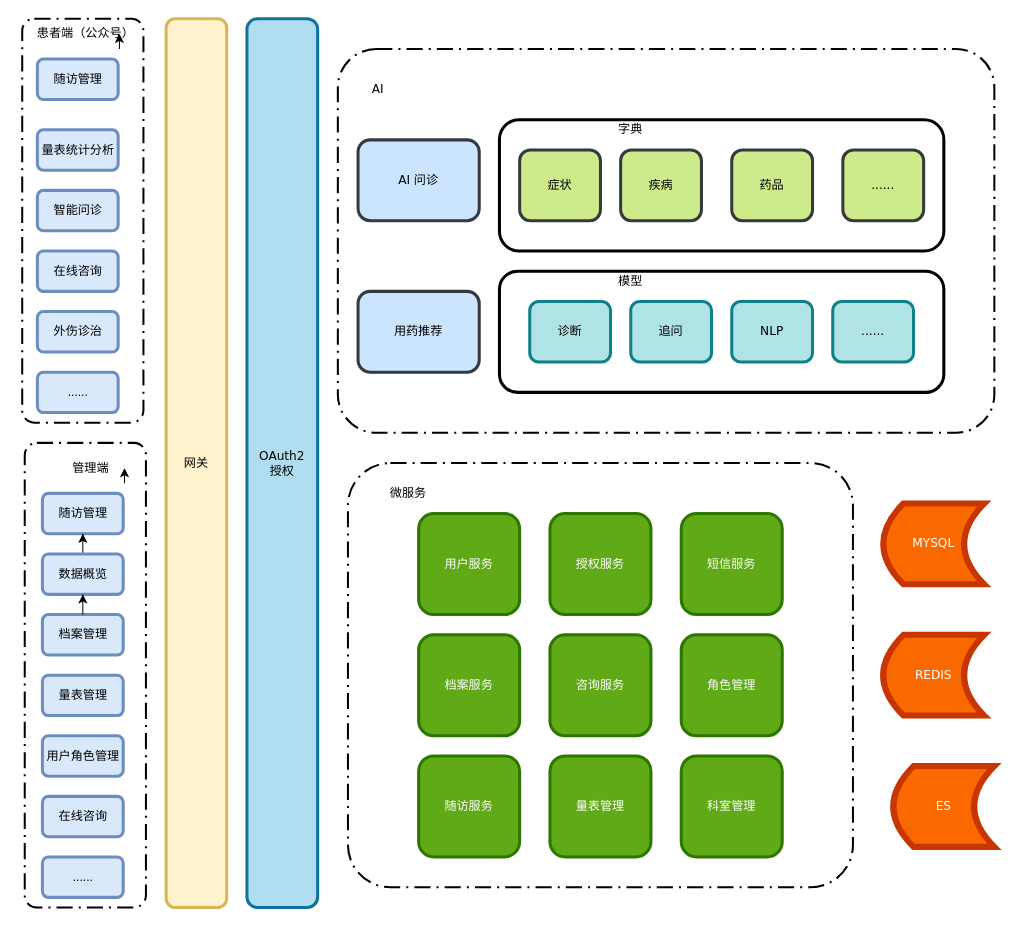
ruohone/algorithm-go keeps this draw.io diagram as Untitled Diagram.drawio. Above is the earlier version. Source tidied: cells renumbered, new cells numbered last; positions are measured from the earlier drawing's top-left corner, leaving out a move shared by most shapes. Both pictures are drawn from the tidied source at 101%, with x=0, y=0 at pixel (16, 18).
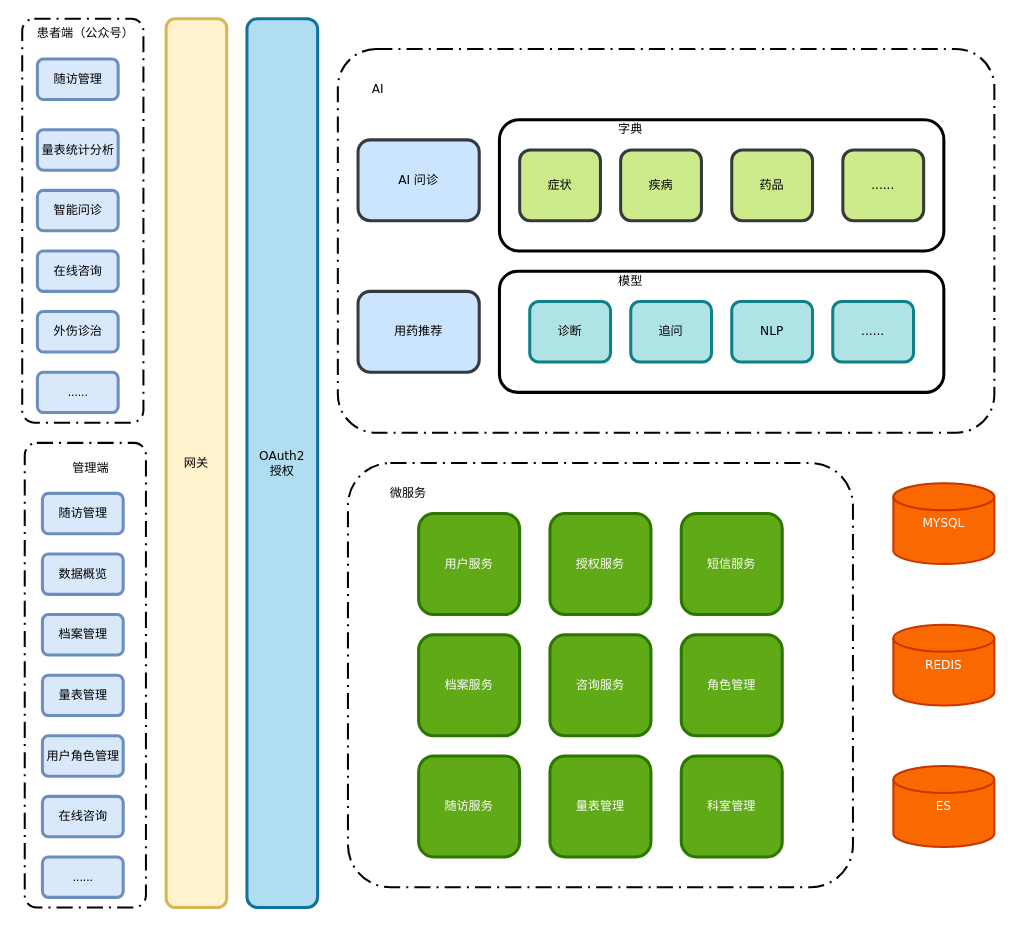
The same diagram, later.

Unchanged cells that the change refers to:
```xml
<mxCell id="5" value="患者端（公众号）" style="text;html=1;strokeColor=none;fillColor=none;align=center;verticalAlign=middle;whiteSpace=wrap;overflow=hidden;" parent="1" vertex="1">
  <mxGeometry x="0.5" width="135" height="30" as="geometry" />
</mxCell>
<mxCell id="13" value="随访管理" style="shape=ext;rounded=1;html=1;whiteSpace=wrap;strokeWidth=3;fillColor=#dae8fc;strokeColor=#6c8ebf;" parent="1" vertex="1">
  <mxGeometry x="25.5" y="470" width="80" height="40" as="geometry" />
</mxCell>
<mxCell id="14" value="管理端" style="text;html=1;strokeColor=none;fillColor=none;align=center;verticalAlign=middle;whiteSpace=wrap;overflow=hidden;" parent="1" vertex="1">
  <mxGeometry x="5.5" y="430" width="135" height="30" as="geometry" />
</mxCell>
<mxCell id="17" value="档案管理" style="shape=ext;rounded=1;html=1;whiteSpace=wrap;strokeWidth=3;fillColor=#dae8fc;strokeColor=#6c8ebf;" parent="1" vertex="1">
  <mxGeometry x="25.5" y="590" width="80" height="40" as="geometry" />
</mxCell>
<mxCell id="47" value="数据概览" style="shape=ext;rounded=1;html=1;whiteSpace=wrap;strokeWidth=3;fillColor=#dae8fc;strokeColor=#6c8ebf;" parent="1" vertex="1">
  <mxGeometry x="25.5" y="530" width="80" height="40" as="geometry" />
</mxCell>
```

The edit, as a diff of the source:
```diff
@@
-    <mxCell id="6" style="edgeStyle=orthogonalEdgeStyle;rounded=0;orthogonalLoop=1;jettySize=auto;html=1;exitX=0.75;exitY=1;exitDx=0;exitDy=0;entryX=0.75;entryY=0.5;entryDx=0;entryDy=0;entryPerimeter=0;" parent="1" edge="1" source="5" target="5">
-      <mxGeometry relative="1" as="geometry" />
-    </mxCell>
@@
-    <mxCell id="15" style="edgeStyle=orthogonalEdgeStyle;rounded=0;orthogonalLoop=1;jettySize=auto;html=1;exitX=0.75;exitY=1;exitDx=0;exitDy=0;entryX=0.75;entryY=0.5;entryDx=0;entryDy=0;entryPerimeter=0;" parent="1" edge="1" source="14" target="14">
-      <mxGeometry relative="1" as="geometry" />
-    </mxCell>
-    <mxCell id="16" style="edgeStyle=orthogonalEdgeStyle;rounded=0;jettySize=auto;html=1;fontFamily=Verdana;" parent="1" edge="1" source="47" target="13">
-      <mxGeometry relative="1" as="geometry" />
-    </mxCell>
@@
-    <mxCell id="48" style="edgeStyle=orthogonalEdgeStyle;rounded=0;jettySize=auto;html=1;fontFamily=Verdana;" parent="1" edge="1" source="17" target="47">
-      <mxGeometry relative="1" as="geometry" />
-    </mxCell>
@@
-    <mxCell id="52" value="MYSQL" style="shape=dataStorage;whiteSpace=wrap;html=1;fixedSize=1;strokeColor=#C73500;strokeWidth=6;fontFamily=Verdana;align=center;fillColor=#fa6800;fontColor=#ffffff;" parent="1" vertex="1">
-      <mxGeometry x="858" y="480" width="100" height="80" as="geometry" />
+    <mxCell id="52" value="MYSQL" style="strokeWidth=2;html=1;shape=mxgraph.flowchart.database;whiteSpace=wrap;fontFamily=Verdana;align=center;fillColor=#fa6800;strokeColor=#C73500;fontColor=#ffffff;" parent="1" vertex="1">
+      <mxGeometry x="868" y="460" width="100" height="80" as="geometry" />
     </mxCell>
-    <mxCell id="53" value="REDIS" style="shape=dataStorage;whiteSpace=wrap;html=1;fixedSize=1;strokeColor=#C73500;strokeWidth=6;fontFamily=Verdana;align=center;fillColor=#fa6800;fontColor=#ffffff;" parent="1" vertex="1">
-      <mxGeometry x="858" y="610" width="100" height="80" as="geometry" />
+    <mxCell id="53" value="REDIS" style="strokeWidth=2;html=1;shape=mxgraph.flowchart.database;whiteSpace=wrap;fontFamily=Verdana;align=center;fillColor=#fa6800;strokeColor=#C73500;fontColor=#ffffff;" parent="1" vertex="1">
+      <mxGeometry x="868" y="600" width="100" height="80" as="geometry" />
     </mxCell>
-    <mxCell id="54" value="ES" style="shape=dataStorage;whiteSpace=wrap;html=1;fixedSize=1;strokeColor=#C73500;strokeWidth=6;fontFamily=Verdana;align=center;fillColor=#fa6800;fontColor=#ffffff;" parent="1" vertex="1">
+    <mxCell id="54" value="ES" style="strokeWidth=2;html=1;shape=mxgraph.flowchart.database;whiteSpace=wrap;fontFamily=Verdana;align=center;fillColor=#fa6800;strokeColor=#C73500;fontColor=#ffffff;" parent="1" vertex="1">
       <mxGeometry x="868" y="740" width="100" height="80" as="geometry" />
     </mxCell>
```
